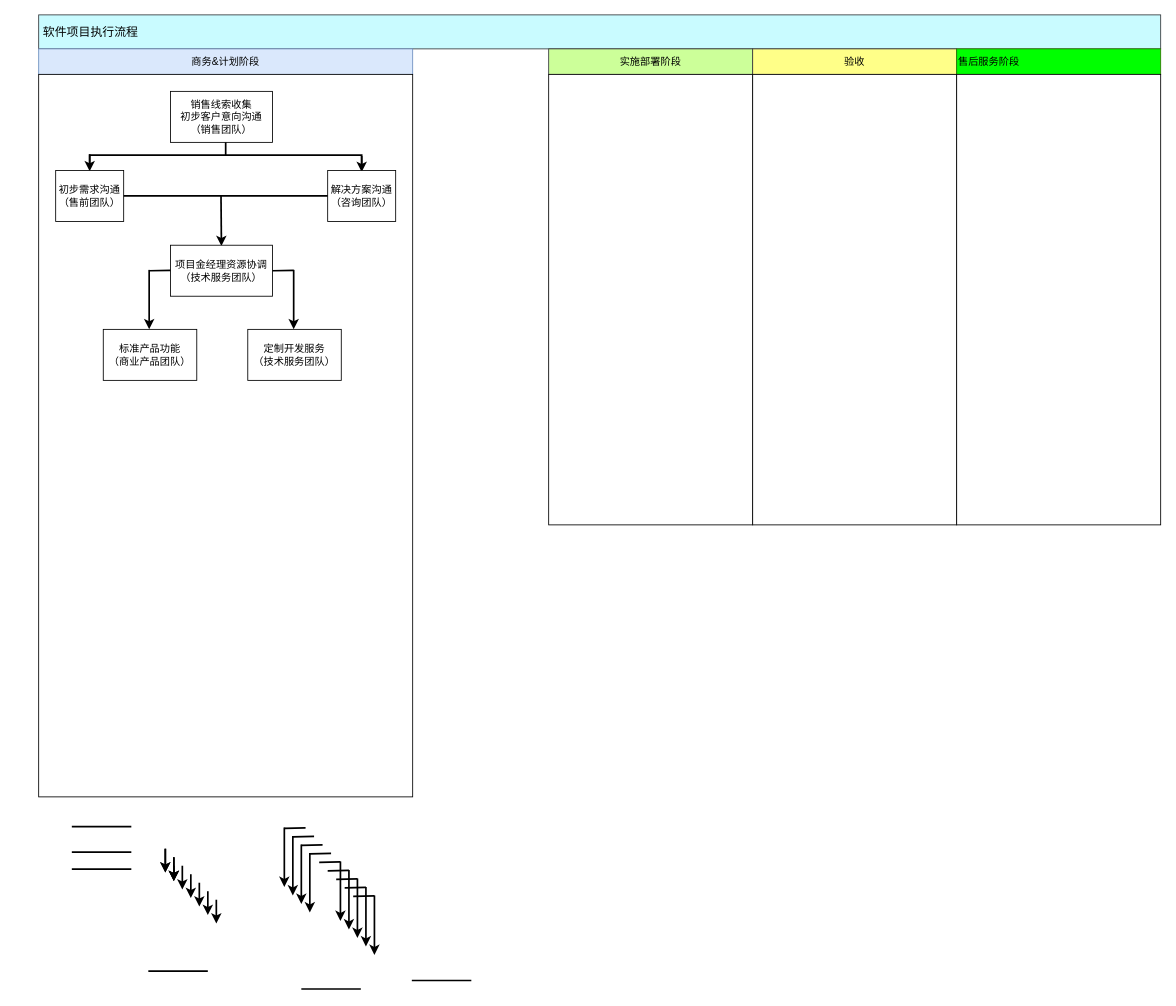
This is 未命名绘图.drawio from pingxinerlun/Demo, a draw.io file, before an edit. Source tidied: cells renumbered, new cells numbered last; positions are measured from the earlier drawing's top-left corner, leaving out a move shared by most shapes. Both pictures are drawn from the tidied source at 85%, with x=0, y=0 at pixel (38, 14).
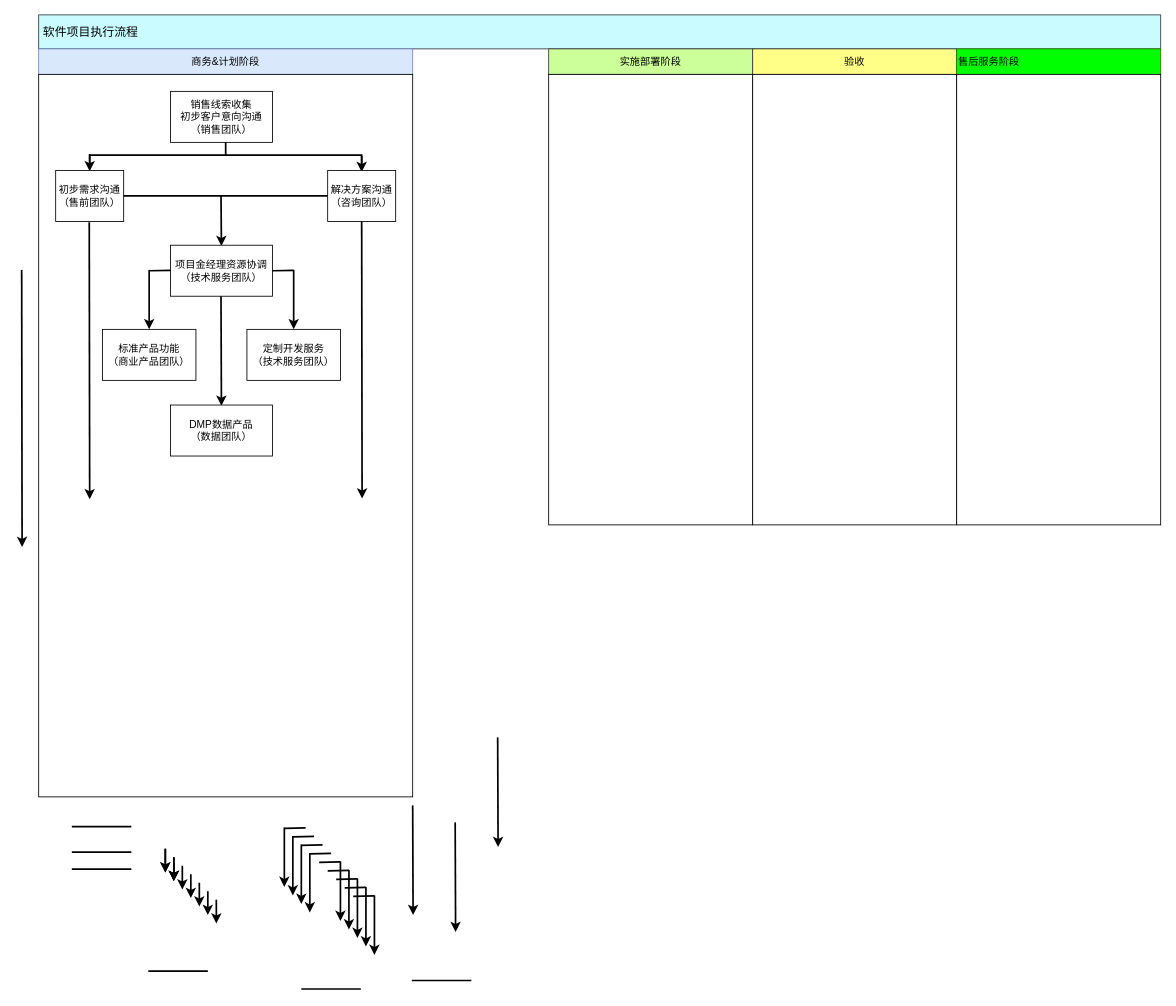
After the change.

Change to the diagram source:
```diff
@@
     <mxCell id="58" value="标准产品功能&lt;br&gt;（商业产品团队）" style="rounded=0;whiteSpace=wrap;html=1;fillColor=#FFFFFF;align=center;" parent="1" vertex="1">
-      <mxGeometry x="76" y="370" width="110" height="60" as="geometry" />
+      <mxGeometry x="75" y="370" width="110" height="60" as="geometry" />
     </mxCell>
     <mxCell id="59" value="定制开发服务&lt;br&gt;（技术服务团队）" style="rounded=0;whiteSpace=wrap;html=1;fillColor=#FFFFFF;align=center;" parent="1" vertex="1">
-      <mxGeometry x="246" y="370" width="110" height="60" as="geometry" />
+      <mxGeometry x="245" y="370" width="110" height="60" as="geometry" />
     </mxCell>
+    <mxCell id="60" style="endArrow=classic;html=1;endSize=6;strokeWidth=2;" parent="1" edge="1">
+      <mxGeometry relative="1" as="geometry">
+        <mxPoint x="214.5" y="331" as="sourcePoint" />
+        <mxPoint x="215" y="460" as="targetPoint" />
+      </mxGeometry>
+    </mxCell>
+    <mxCell id="61" value="DMP数据产品&lt;br&gt;（数据团队）" style="rounded=0;whiteSpace=wrap;html=1;fillColor=#FFFFFF;align=center;" parent="1" vertex="1">
+      <mxGeometry x="155" y="459" width="120" height="60" as="geometry" />
+    </mxCell>
+    <mxCell id="62" style="endArrow=classic;html=1;endSize=6;strokeWidth=2;" parent="1" edge="1">
+      <mxGeometry relative="1" as="geometry">
+        <mxPoint x="440" y="930" as="sourcePoint" />
+        <mxPoint x="440.5" y="1059" as="targetPoint" />
+      </mxGeometry>
+    </mxCell>
+    <mxCell id="63" style="endArrow=classic;html=1;endSize=6;strokeWidth=2;" parent="1" edge="1">
+      <mxGeometry relative="1" as="geometry">
+        <mxPoint x="59.5" y="244" as="sourcePoint" />
+        <mxPoint x="60" y="570" as="targetPoint" />
+      </mxGeometry>
+    </mxCell>
+    <mxCell id="64" style="endArrow=classic;html=1;endSize=6;strokeWidth=2;" parent="1" edge="1">
+      <mxGeometry relative="1" as="geometry">
+        <mxPoint x="540" y="850" as="sourcePoint" />
+        <mxPoint x="540.5" y="979" as="targetPoint" />
+      </mxGeometry>
+    </mxCell>
+    <mxCell id="65" style="endArrow=classic;html=1;endSize=6;strokeWidth=2;" parent="1" edge="1">
+      <mxGeometry relative="1" as="geometry">
+        <mxPoint x="490" y="950" as="sourcePoint" />
+        <mxPoint x="490.5" y="1079" as="targetPoint" />
+      </mxGeometry>
+    </mxCell>
+    <mxCell id="66" style="endArrow=classic;html=1;endSize=6;strokeWidth=2;" parent="1" edge="1">
+      <mxGeometry relative="1" as="geometry">
+        <mxPoint x="380" y="243" as="sourcePoint" />
+        <mxPoint x="380.5" y="569" as="targetPoint" />
+      </mxGeometry>
+    </mxCell>
+    <mxCell id="67" style="endArrow=classic;html=1;endSize=6;strokeWidth=2;" parent="1" edge="1">
+      <mxGeometry relative="1" as="geometry">
+        <mxPoint x="-20" y="300" as="sourcePoint" />
+        <mxPoint x="-19.5" y="626" as="targetPoint" />
+      </mxGeometry>
+    </mxCell>
```
